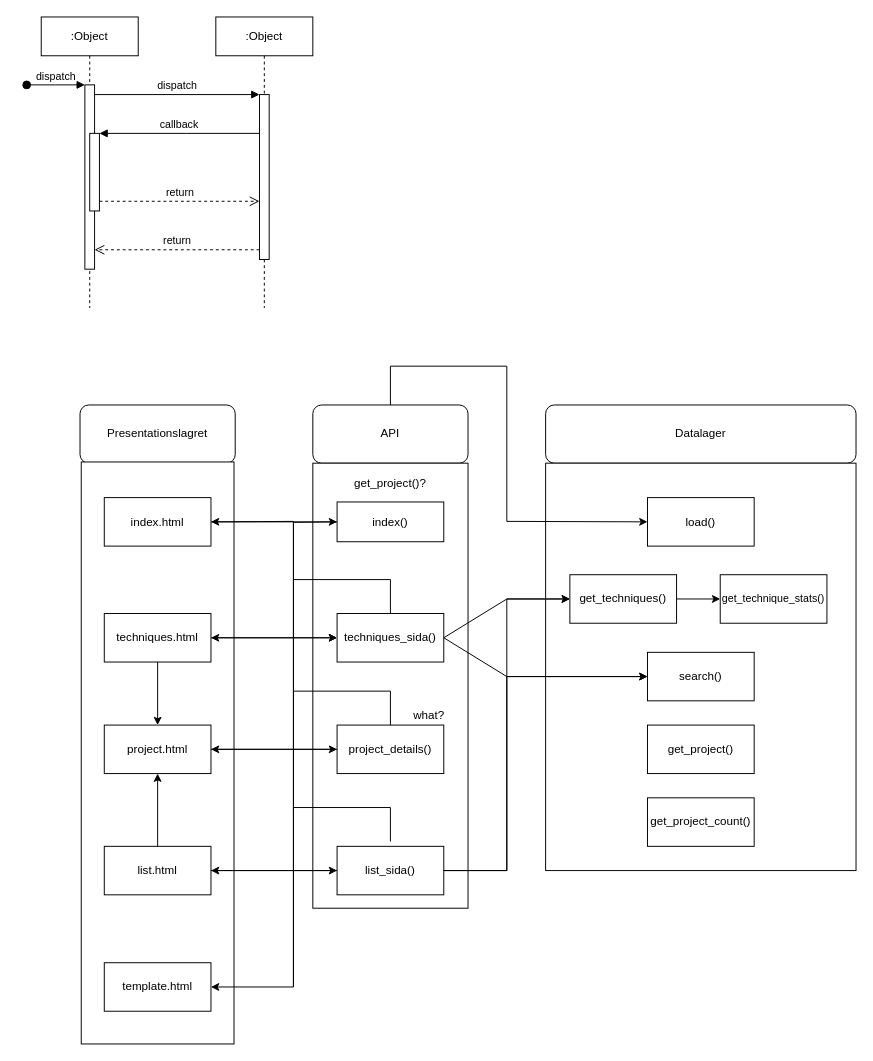
The draw.io diagram Untitled Diagram.drawio in Harmonyy1/TDP003, before the edit. Source tidied: cells renumbered, new cells numbered last; positions are measured from the earlier drawing's top-left corner, leaving out a move shared by most shapes. Both pictures are drawn from the tidied source at 97%, with x=0, y=0 at pixel (-134, 16).
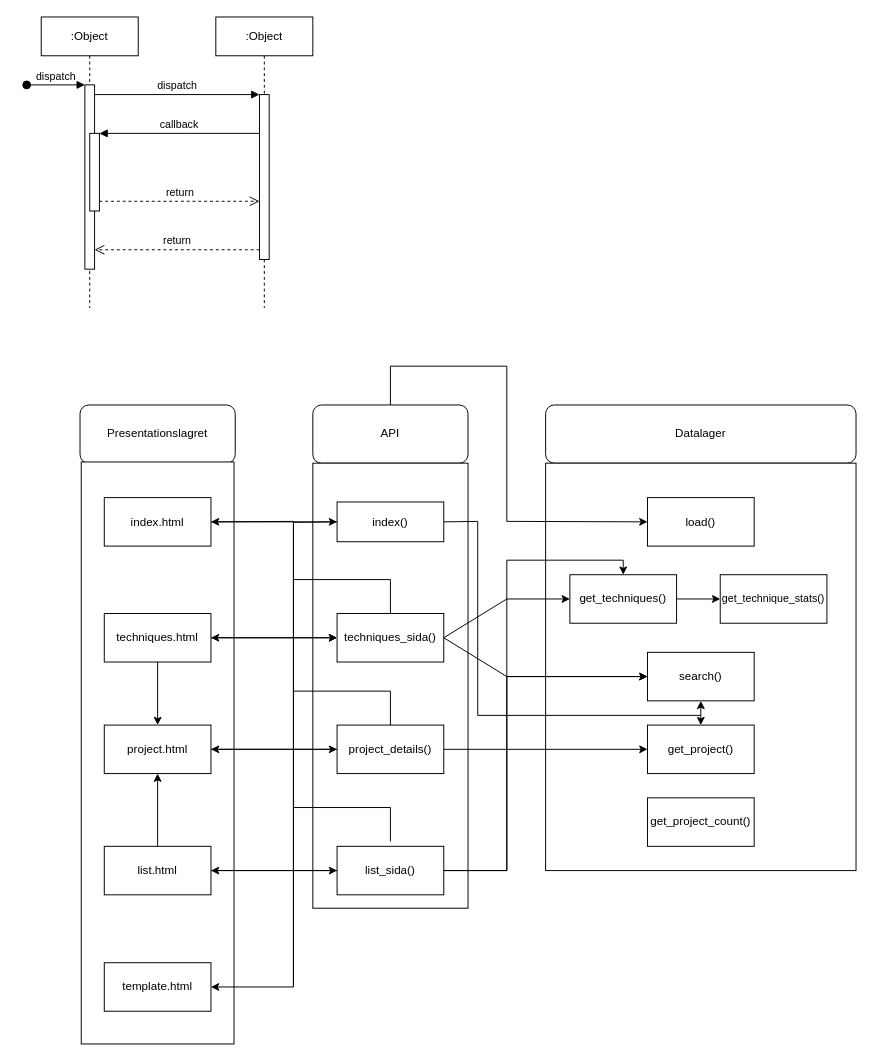
After the change.

Unchanged cells that the change refers to:
```xml
<mxCell id="20" value="get_techniques()" style="rounded=0;whiteSpace=wrap;html=1;" parent="1" vertex="1">
  <mxGeometry x="725" y="575" width="110" height="50" as="geometry" />
</mxCell>
<mxCell id="21" value="search()" style="rounded=0;whiteSpace=wrap;html=1;" parent="1" vertex="1">
  <mxGeometry x="805" y="655" width="110" height="50" as="geometry" />
</mxCell>
<mxCell id="29" value="index()" style="rounded=0;whiteSpace=wrap;html=1;" parent="1" vertex="1">
  <mxGeometry x="485" y="500" width="110" height="41" as="geometry" />
</mxCell>
<mxCell id="30" value="project_details()" style="rounded=0;whiteSpace=wrap;html=1;" parent="1" vertex="1">
  <mxGeometry x="485" y="730" width="110" height="50" as="geometry" />
</mxCell>
<mxCell id="31" value="list_sida()" style="rounded=0;whiteSpace=wrap;html=1;" parent="1" vertex="1">
  <mxGeometry x="485" y="855" width="110" height="50" as="geometry" />
</mxCell>
<mxCell id="34" value="get_project()" style="rounded=0;whiteSpace=wrap;html=1;" parent="1" vertex="1">
  <mxGeometry x="805" y="730" width="110" height="50" as="geometry" />
</mxCell>
```

Diff of the diagram source:
```diff
@@
-    <mxCell id="48" value="get_project()?" style="text;html=1;align=center;verticalAlign=middle;whiteSpace=wrap;rounded=0;" parent="1" vertex="1">
-      <mxGeometry x="510" y="465.5" width="60" height="30" as="geometry" />
-    </mxCell>
@@
-    <mxCell id="54" style="endArrow=classic;html=1;rounded=0;exitX=1;exitY=0.5;exitDx=0;exitDy=0;entryX=0;entryY=0.5;entryDx=0;entryDy=0;" parent="1" edge="1" source="31" target="20">
+    <mxCell id="54" style="endArrow=classic;html=1;rounded=0;exitX=1;exitY=0.5;exitDx=0;exitDy=0;entryX=0.5;entryY=0;entryDx=0;entryDy=0;" parent="1" edge="1" source="31" target="20">
       <mxGeometry relative="1" as="geometry">
         <Array as="points">
           <mxPoint x="660" y="880" />
-          <mxPoint x="660" y="600" />
+          <mxPoint x="660" y="560" />
+          <mxPoint x="780" y="560" />
         </Array>
       </mxGeometry>
     </mxCell>
@@
-    <mxCell id="56" value="what?" style="text;html=1;align=center;verticalAlign=middle;whiteSpace=wrap;rounded=0;" parent="1" vertex="1">
-      <mxGeometry x="550" y="705" width="60" height="30" as="geometry" />
-    </mxCell>
+    <mxCell id="57" style="endArrow=classic;html=1;rounded=0;exitX=1;exitY=0.5;exitDx=0;exitDy=0;entryX=0;entryY=0.5;entryDx=0;entryDy=0;" parent="1" edge="1" source="30" target="34">
+      <mxGeometry relative="1" as="geometry" />
+    </mxCell>
+    <mxCell id="58" style="endArrow=classic;html=1;rounded=0;exitX=1;exitY=0.5;exitDx=0;exitDy=0;entryX=0.5;entryY=0;entryDx=0;entryDy=0;" parent="1" edge="1" source="29" target="34">
+      <mxGeometry relative="1" as="geometry">
+        <Array as="points">
+          <mxPoint x="630" y="520" />
+          <mxPoint x="630" y="720" />
+          <mxPoint x="860" y="720" />
+        </Array>
+      </mxGeometry>
+    </mxCell>
+    <mxCell id="59" style="endArrow=classic;html=1;rounded=0;entryX=0.5;entryY=1;entryDx=0;entryDy=0;" parent="1" edge="1" target="21">
+      <mxGeometry relative="1" as="geometry">
+        <mxPoint x="860" y="720" as="sourcePoint" />
+      </mxGeometry>
+    </mxCell>
```
